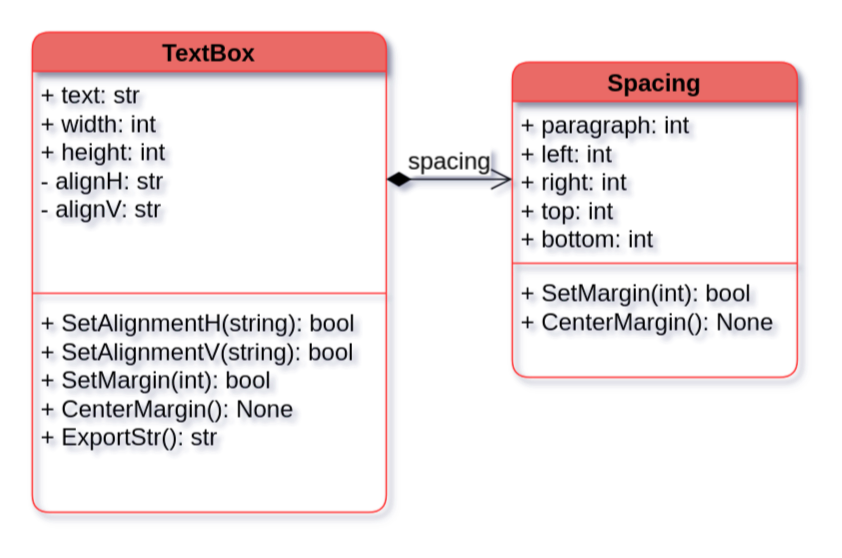
Before: Caligrafo.drawio in Zvorky/Caligrafo, a draw.io diagram. Source tidied: cells renumbered, new cells numbered last; positions are measured from the earlier drawing's top-left corner, leaving out a move shared by most shapes. Both pictures are drawn from the tidied source at 150%, with x=0, y=0 at pixel (32, 32).
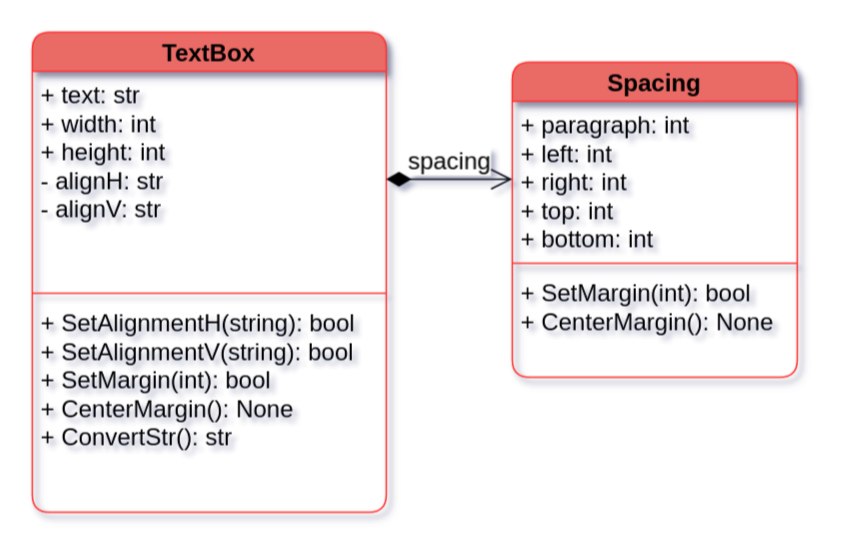
The same page after the edit.

Commit message:
The First Class Diagram

What changed in the source:
```diff
@@
 <mxGraphModel shadow="1">
   <root>
     <mxCell id="0" />
     <mxCell id="1" parent="0" />
     <mxCell id="2" value="TextBox" style="swimlane;fontStyle=1;align=center;verticalAlign=middle;horizontal=1;startSize=26;rounded=1;fontFamily=Ubuntu;fontSize=16;swimlaneFillColor=none;shadow=1;glass=0;sketch=0;swimlaneLine=1;perimeterSpacing=1;labelBackgroundColor=none;labelBorderColor=none;fillColor=#EA6B66;strokeColor=#FF3333;fontColor=default;" parent="1" vertex="1">
       <mxGeometry width="236" height="320" as="geometry" />
     </mxCell>
     <mxCell id="3" value="+ text: str&#10;+ width: int&#10;+ height: int&#10;- alignH: str&#10;- alignV: str" style="text;strokeColor=none;fillColor=none;align=left;verticalAlign=top;spacingLeft=4;spacingRight=4;overflow=hidden;points=[[0,0.5],[1,0.5]];portConstraint=eastwest;rounded=1;fontFamily=Helvetica;fontSize=16;startSize=26;" parent="2" vertex="1">
       <mxGeometry y="26" width="236" height="144" as="geometry" />
     </mxCell>
     <mxCell id="4" style="line;strokeWidth=1;fillColor=none;align=left;verticalAlign=middle;spacingTop=-1;spacingLeft=3;spacingRight=3;labelPosition=right;rounded=1;fontFamily=Helvetica;fontSize=16;startSize=26;shadow=0;strokeColor=#FF3333;" parent="2" vertex="1">
       <mxGeometry y="170" width="236" height="8" as="geometry" />
     </mxCell>
-    <mxCell id="5" value="+ SetAlignmentH(string): bool&#10;+ SetAlignmentV(string): bool&#10;+ SetMargin(int): bool&#10;+ CenterMargin(): None&#10;+ ExportStr(): str" style="text;strokeColor=none;fillColor=none;align=left;verticalAlign=top;spacingLeft=4;spacingRight=4;overflow=hidden;rounded=1;fontFamily=Helvetica;fontSize=16;startSize=26;" parent="2" vertex="1">
+    <mxCell id="5" value="+ SetAlignmentH(string): bool&#10;+ SetAlignmentV(string): bool&#10;+ SetMargin(int): bool&#10;+ CenterMargin(): None&#10;+ ConvertStr(): str" style="text;strokeColor=none;fillColor=none;align=left;verticalAlign=top;spacingLeft=4;spacingRight=4;overflow=hidden;rounded=1;fontFamily=Helvetica;fontSize=16;startSize=26;" parent="2" vertex="1">
       <mxGeometry y="178" width="236" height="142" as="geometry" />
     </mxCell>
     <mxCell id="6" value="Spacing" style="swimlane;fontStyle=1;align=center;verticalAlign=middle;horizontal=1;startSize=26;rounded=1;shadow=1;glass=0;labelBackgroundColor=none;labelBorderColor=none;sketch=0;fontFamily=Ubuntu;fontSize=16;fillColor=#EA6B66;strokeColor=#FF3333;fontColor=default;swimlaneFillColor=none;" parent="1" vertex="1">
       <mxGeometry x="320" y="20" width="190" height="210" as="geometry" />
     </mxCell>
     <mxCell id="7" value="+ paragraph: int&#10;+ left: int&#10;+ right: int&#10;+ top: int&#10;+ bottom: int" style="text;strokeColor=none;fillColor=none;align=left;verticalAlign=top;spacingLeft=4;spacingRight=4;overflow=hidden;points=[[0,0.5],[1,0.5]];portConstraint=eastwest;rounded=1;shadow=1;glass=0;labelBackgroundColor=none;labelBorderColor=none;sketch=0;fontFamily=Ubuntu;fontSize=16;startSize=26;" parent="6" vertex="1">
       <mxGeometry y="26" width="190" height="104" as="geometry" />
     </mxCell>
     <mxCell id="8" style="line;strokeWidth=1;fillColor=none;align=left;verticalAlign=middle;spacingTop=-1;spacingLeft=3;spacingRight=3;labelPosition=right;rounded=1;shadow=1;glass=0;labelBackgroundColor=none;labelBorderColor=none;sketch=0;fontFamily=Ubuntu;fontSize=16;startSize=26;strokeColor=#FF3333;" parent="6" vertex="1">
       <mxGeometry y="130" width="190" height="8" as="geometry" />
     </mxCell>
     <mxCell id="9" value="+ SetMargin(int): bool&#10;+ CenterMargin(): None" style="text;strokeColor=none;fillColor=none;align=left;verticalAlign=top;spacingLeft=4;spacingRight=4;overflow=hidden;rounded=1;shadow=1;glass=0;labelBackgroundColor=none;labelBorderColor=none;sketch=0;fontFamily=Ubuntu;fontSize=16;startSize=26;" parent="6" vertex="1">
       <mxGeometry y="138" width="190" height="72" as="geometry" />
     </mxCell>
     <mxCell id="10" value="&lt;div style=&quot;&quot;&gt;spacing&lt;/div&gt;" style="endArrow=open;html=1;endSize=12;startArrow=diamondThin;startSize=14;startFill=1;edgeStyle=orthogonalEdgeStyle;align=center;verticalAlign=bottom;rounded=0;fontFamily=Ubuntu;fontSize=16;fontColor=default;" parent="1" edge="1" source="3" target="7">
       <mxGeometry relative="1" as="geometry" />
     </mxCell>
   </root>
 </mxGraphModel>
```
